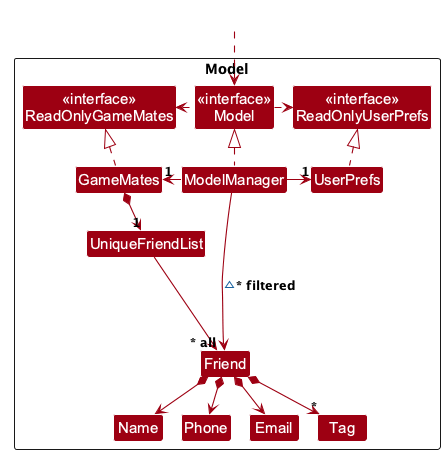
Before: images/ModelClassDiagram.png, a diagram exported from PlantUML (Melogens/tp).
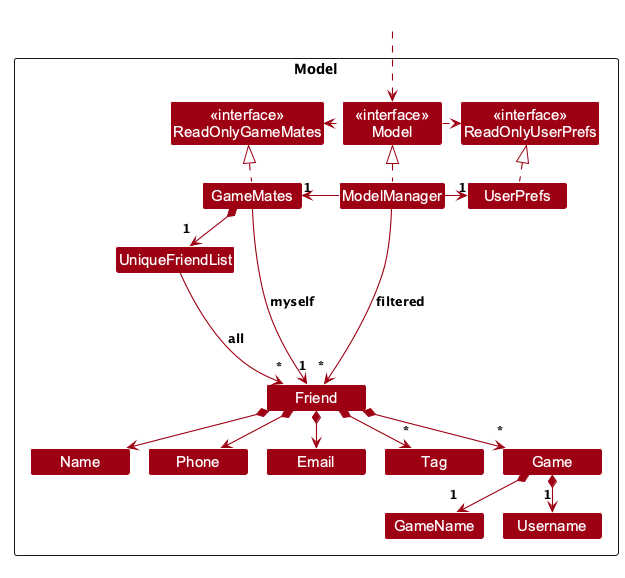
After the change.

Change to the diagram source:
```diff
@@ -4,6 +4,9 @@
 skinparam arrowThickness 1.1
 skinparam arrowColor MODEL_COLOR
 skinparam classBackgroundColor MODEL_COLOR
+skinparam minClassWidth 100
+skinparam nodesep 30
+skinparam ranksep 50
 
 Package Model as ModelPackage <<Rectangle>>{
 Class "<<interface>>\nReadOnlyGameMates" as ReadOnlyGameMates
@@ -19,6 +22,9 @@
 Class Name
 Class Phone
 Class Tag
+Class Game
+Class GameName
+Class Username
 
 Class I #FFFFFF
 }
@@ -35,12 +41,16 @@
 ModelManager -right-> "1" UserPrefs
 UserPrefs .up.|> ReadOnlyUserPrefs
 
-GameMates *--> "1" UniqueFriendList
-UniqueFriendList --> "~* all" Friend
+GameMates *--> "1\n<size:6> </size>" UniqueFriendList
+UniqueFriendList --> "*\n<size:6> </size>" Friend : all
+GameMates --> "1\n<size:6> </size>" Friend : myself
 Friend *--> Name
 Friend *--> Phone
 Friend *--> Email
-Friend *--> "*" Tag
+Friend *--> "*\n<size:6> </size>" Tag
+Friend *--> "*\n<size:6> </size>" Game
+Game *--> "1\n<size:6> </size>" GameName
+Game *--> "1\n<size:6> </size>" Username
 
 Friend -[hidden]up--> I
 UniqueFriendList -[hidden]right-> I
@@ -48,5 +58,5 @@
 Name -[hidden]right-> Phone
 Phone -[hidden]right-> Email
 
-ModelManager --> Friend : ~* filtered
+ModelManager --> "*\n<size:6> </size>" Friend : filtered
 @enduml
```
